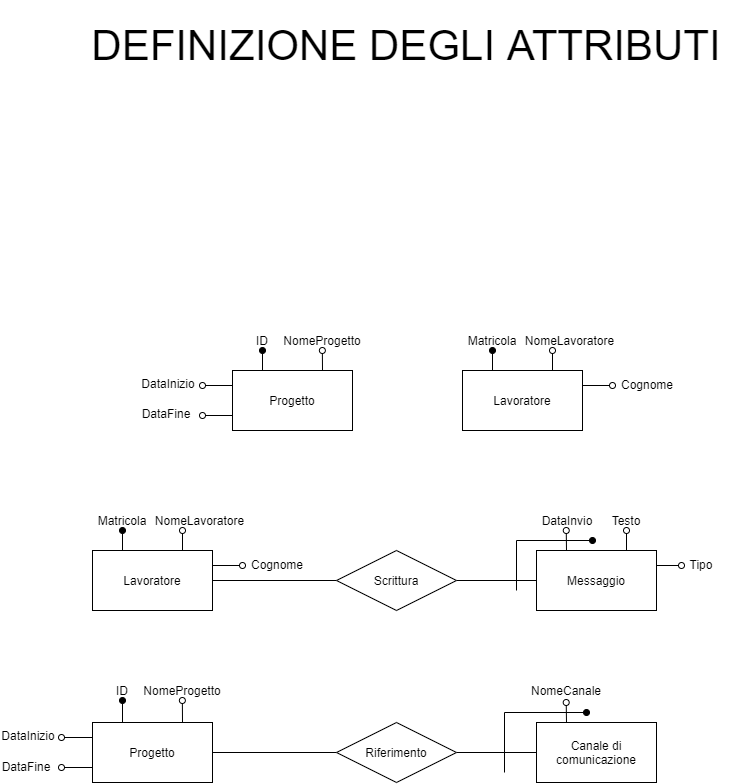
Before: Relazione/Schema ER/definizione-attributi.png, a diagram exported from draw.io (martafra/BD-Chat-Multicanale). Source tidied: cells renumbered, new cells last; positions are measured from the earlier drawing's top-left corner, leaving out a move shared by most shapes.
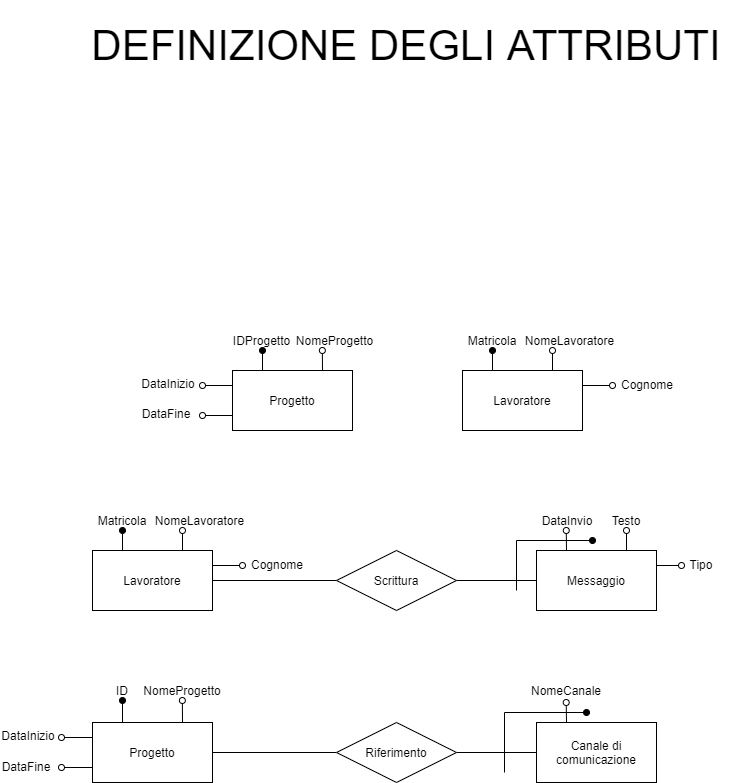
The same diagram one commit later.

Diff of the diagram source:
```diff
@@ -28,11 +28,11 @@
     <mxCell id="7" value="Progetto" style="rounded=0;whiteSpace=wrap;html=1;" parent="1" vertex="1">
       <mxGeometry x="232" y="370" width="120" height="60" as="geometry" />
     </mxCell>
-    <mxCell id="8" value="ID" style="text;html=1;strokeColor=none;fillColor=none;align=center;verticalAlign=middle;whiteSpace=wrap;rounded=0;" parent="1" vertex="1">
-      <mxGeometry x="242" y="330" width="40" height="20" as="geometry" />
+    <mxCell id="8" value="IDProgetto" style="text;html=1;strokeColor=none;fillColor=none;align=center;verticalAlign=middle;whiteSpace=wrap;rounded=0;" parent="1" vertex="1">
+      <mxGeometry x="232" y="330" width="59" height="20" as="geometry" />
     </mxCell>
     <mxCell id="9" value="NomeProgetto" style="text;html=1;strokeColor=none;fillColor=none;align=center;verticalAlign=middle;whiteSpace=wrap;rounded=0;" parent="1" vertex="1">
-      <mxGeometry x="302" y="330" width="40" height="20" as="geometry" />
+      <mxGeometry x="295" y="330" width="79" height="20" as="geometry" />
     </mxCell>
     <mxCell id="10" value="DataInizio" style="text;html=1;strokeColor=none;fillColor=none;align=center;verticalAlign=middle;whiteSpace=wrap;rounded=0;" parent="1" vertex="1">
       <mxGeometry x="140" y="373" width="56" height="20" as="geometry" />
```
